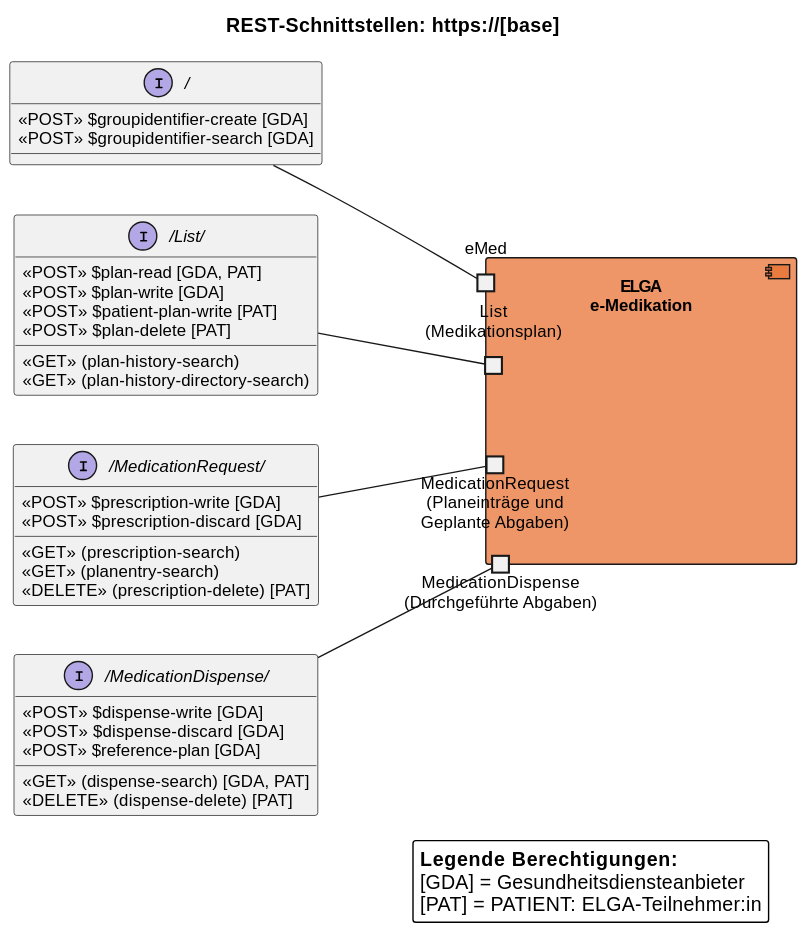
Earlier version of the PlantUML export r4-ELGA-e-Medikation-main/en/plantuml/interaction_overview.svg (HL7Austria/hl7austria.github.io). Its diagram source:
```plantuml
@startuml
allowmixing




skinparam componentStyle uml2
skinparam packageStyle rectangle

skinparam borderColor #555555
skinparam backgroundColor #FFFFFF
skinparam shadowing false
skinparam roundCorner 4
skinparam defaultFontName "Arial"
skinparam defaultFontSize 12
skinparam defaultFontColor #000000

!define COLOR_EMED_FA  #e97232bd

skinparam component {
  BackgroundColor COLOR_EMED_FA
}

skinparam interface {
}

left to right direction

title REST-Schnittstellen: https://[base]


interface "/" as IEmed {
  «POST» $groupidentifier-create [GDA]
  «POST» $groupidentifier-search [GDA]
}

interface "/List/" as IList {
  «POST» $plan-read [GDA, PAT]
  «POST» $plan-write [GDA]
  «POST» $patient-plan-write [PAT]
  «POST» $plan-delete [PAT]
  «GET» (plan-history-search)
  «GET» (plan-history-directory-search)
}

interface "/MedicationRequest/" as IMedicationRequest {
  «POST» $prescription-write [GDA]
  «POST» $prescription-discard [GDA]
  «GET» (prescription-search)
  «GET» (planentry-search)
  «DELETE» (prescription-delete) [PAT]
}

interface "/MedicationDispense/" as IDurchgAbgabe {
  «POST» $dispense-write [GDA]
  «POST» $dispense-discard [GDA]
  «POST» $reference-plan [GDA]
  «GET» (dispense-search) [GDA, PAT]
  «DELETE» (dispense-delete) [PAT]
}



component "ELGA\ne-Medikation" as Server {
  port "List\n(Medikationsplan)" as p4
  port "MedicationDispense\n(Durchgeführte Abgaben)" as p3
  port "MedicationRequest\n(Planeinträge und\nGeplante Abgaben)" as p2
  port "eMed" as p1
}


p3 -up- IDurchgAbgabe
p2 -up- IMedicationRequest
p4 -up- IList
p1 -up- IEmed


legend right
  **Legende Berechtigungen:**
  [GDA] = Gesundheitsdiensteanbieter
  [PAT] = PATIENT: ELGA-Teilnehmer:in
end legend



@enduml
```
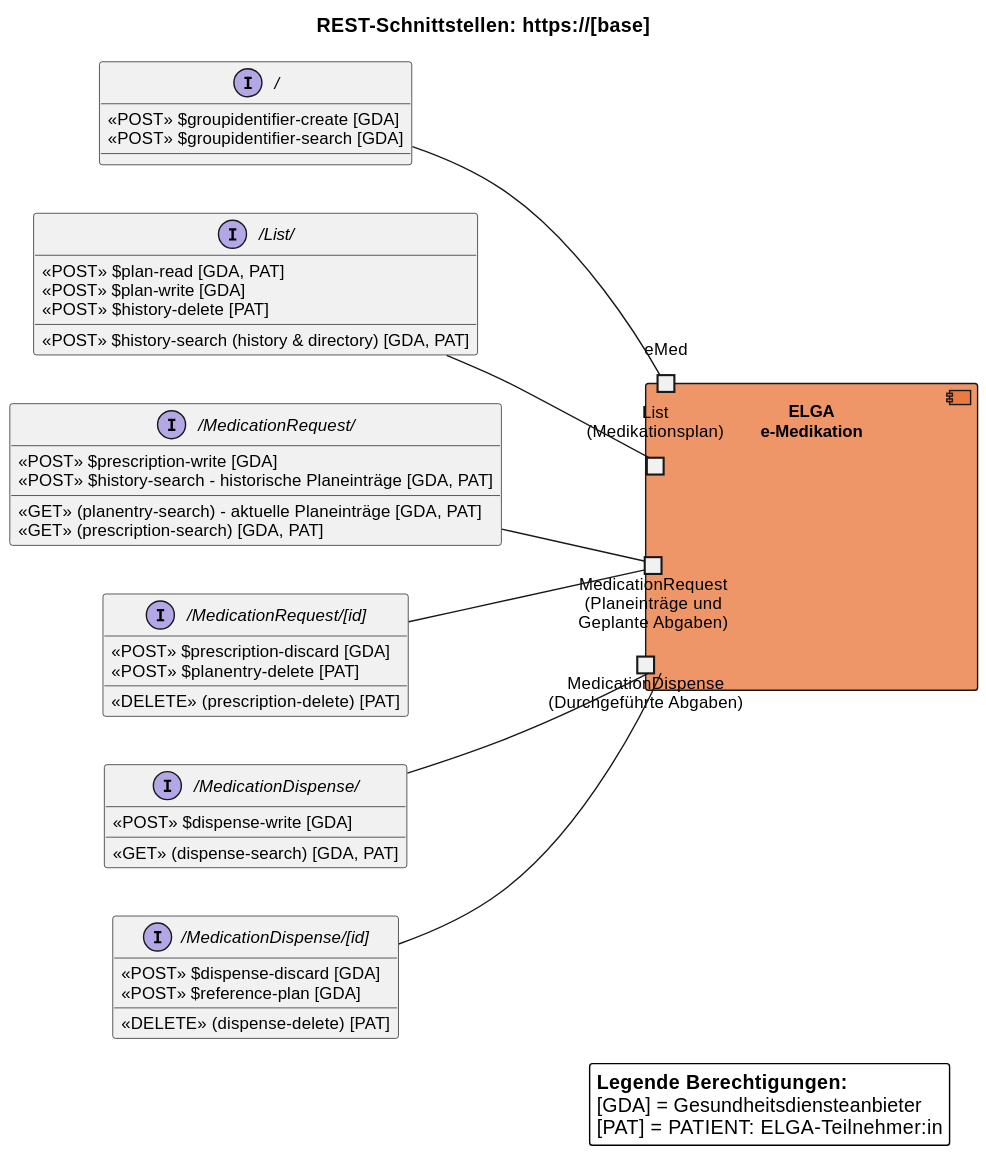
After the commit.

The edit, as a diff of the source:
```diff
@@ -37,25 +37,33 @@
 interface "/List/" as IList {
   «POST» $plan-read [GDA, PAT]
   «POST» $plan-write [GDA]
-  «POST» $patient-plan-write [PAT]
-  «POST» $plan-delete [PAT]
-  «GET» (plan-history-search)
-  «GET» (plan-history-directory-search)
+  «POST» $history-delete [PAT]
+  «POST» $history-search (history & directory) [GDA, PAT]
 }
+
+
 
 interface "/MedicationRequest/" as IMedicationRequest {
   «POST» $prescription-write [GDA]
+  «POST» $history-search - historische Planeinträge [GDA, PAT]
+  «GET» (planentry-search) - aktuelle Planeinträge [GDA, PAT]
+  «GET» (prescription-search) [GDA, PAT]
+}
+
+interface "/MedicationRequest/[id]" as IMedicationRequestID {
   «POST» $prescription-discard [GDA]
-  «GET» (prescription-search)
-  «GET» (planentry-search)
+  «POST» $planentry-delete [PAT]
   «DELETE» (prescription-delete) [PAT]
 }
 
 interface "/MedicationDispense/" as IDurchgAbgabe {
   «POST» $dispense-write [GDA]
+  «GET» (dispense-search) [GDA, PAT]
+}
+
+interface "/MedicationDispense/[id]" as IDurchgAbgabeID {
   «POST» $dispense-discard [GDA]
   «POST» $reference-plan [GDA]
-  «GET» (dispense-search) [GDA, PAT]
   «DELETE» (dispense-delete) [PAT]
 }
 
@@ -68,8 +76,9 @@
   port "eMed" as p1
 }
 
-
+p3 -up- IDurchgAbgabeID
 p3 -up- IDurchgAbgabe
+p2 -up- IMedicationRequestID
 p2 -up- IMedicationRequest
 p4 -up- IList
 p1 -up- IEmed
```
